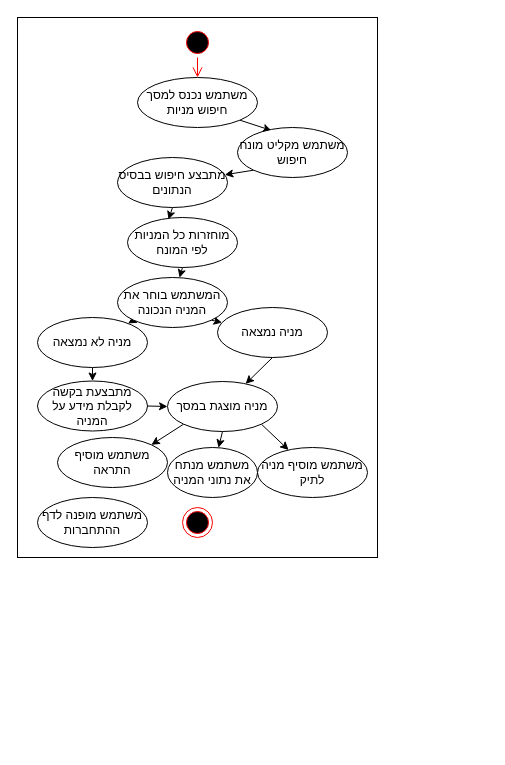
Earlier version of the draw.io diagram oop course/draws/activity/stockSearch.drawio (roei910/my-stocks). Source tidied: cells renumbered, new cells numbered last; positions are measured from the earlier drawing's top-left corner, leaving out a move shared by most shapes. Both pictures are drawn from the tidied source at 100%, with x=0, y=0 at pixel (17, 17).
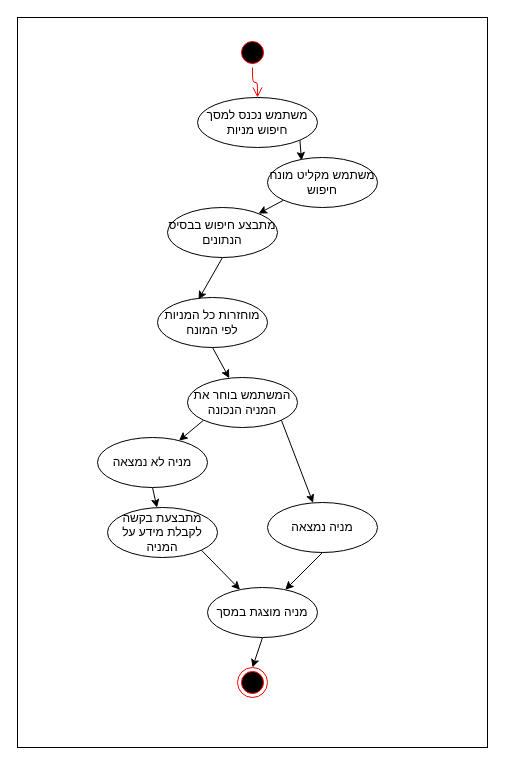
After the change.

Diff of the diagram source:
```diff
@@
     <mxCell id="2" style="html=1;dashed=0;whitespace=wrap;" parent="1" vertex="1">
-      <mxGeometry width="360" height="540" as="geometry" />
+      <mxGeometry width="470" height="730" as="geometry" />
     </mxCell>
     <mxCell id="3" style="ellipse;html=1;shape=startState;fillColor=#000000;strokeColor=#ff0000;" parent="1" vertex="1">
-      <mxGeometry x="165" y="10" width="30" height="30" as="geometry" />
+      <mxGeometry x="220" y="20" width="30" height="30" as="geometry" />
     </mxCell>
@@
     <mxCell id="5" style="ellipse;html=1;shape=endState;fillColor=#000000;strokeColor=#ff0000;" parent="1" vertex="1">
-      <mxGeometry x="165" y="490" width="30" height="30" as="geometry" />
+      <mxGeometry x="220" y="650" width="30" height="30" as="geometry" />
     </mxCell>
@@
     <mxCell id="7" value="משתמש נכנס למסך חיפוש מניות" style="ellipse;whiteSpace=wrap;html=1;" parent="1" vertex="1">
-      <mxGeometry x="120" y="60" width="120" height="50" as="geometry" />
+      <mxGeometry x="180" y="80" width="120" height="50" as="geometry" />
     </mxCell>
@@
     <mxCell id="9" value="משתמש מקליט מונח חיפוש" style="ellipse;whiteSpace=wrap;html=1;" parent="1" vertex="1">
-      <mxGeometry x="220" y="110" width="110" height="50" as="geometry" />
+      <mxGeometry x="250" y="140" width="110" height="50" as="geometry" />
     </mxCell>
@@
     <mxCell id="11" value="מתבצע חיפוש בבסיס הנתונים" style="ellipse;whiteSpace=wrap;html=1;" parent="1" vertex="1">
-      <mxGeometry x="100" y="140" width="110" height="50" as="geometry" />
+      <mxGeometry x="150" y="190" width="110" height="50" as="geometry" />
     </mxCell>
@@
     <mxCell id="13" value="מניה נמצאה" style="ellipse;whiteSpace=wrap;html=1;" parent="1" vertex="1">
-      <mxGeometry x="200" y="290" width="110" height="50" as="geometry" />
+      <mxGeometry x="250" y="485" width="110" height="50" as="geometry" />
     </mxCell>
@@
     <mxCell id="15" value="מניה לא נמצאה" style="ellipse;whiteSpace=wrap;html=1;" parent="1" vertex="1">
-      <mxGeometry x="20" y="300" width="110" height="50" as="geometry" />
+      <mxGeometry x="80" y="420" width="110" height="50" as="geometry" />
     </mxCell>
-    <mxCell id="16" style="edgeStyle=none;html=1;exitX=0;exitY=1;exitDx=0;exitDy=0;entryX=1;entryY=0;entryDx=0;entryDy=0;" parent="1" edge="1" source="19" target="27">
-      <mxGeometry relative="1" as="geometry" />
-    </mxCell>
-    <mxCell id="17" style="edgeStyle=none;html=1;exitX=1;exitY=1;exitDx=0;exitDy=0;" parent="1" edge="1" source="19" target="28">
-      <mxGeometry relative="1" as="geometry" />
-    </mxCell>
-    <mxCell id="18" style="edgeStyle=none;html=1;exitX=0.5;exitY=1;exitDx=0;exitDy=0;" parent="1" edge="1" source="19" target="30">
+    <mxCell id="18" style="edgeStyle=none;html=1;exitX=0.5;exitY=1;exitDx=0;exitDy=0;entryX=0.5;entryY=0;entryDx=0;entryDy=0;" parent="1" edge="1" source="19" target="5">
       <mxGeometry relative="1" as="geometry" />
     </mxCell>
     <mxCell id="19" value="מניה מוצגת במסך" style="ellipse;whiteSpace=wrap;html=1;" parent="1" vertex="1">
-      <mxGeometry x="150" y="364" width="110" height="50" as="geometry" />
+      <mxGeometry x="190" y="570" width="110" height="50" as="geometry" />
     </mxCell>
-    <mxCell id="20" style="edgeStyle=none;html=1;exitX=1;exitY=0.5;exitDx=0;exitDy=0;" parent="1" edge="1" source="21" target="19">
+    <mxCell id="20" style="edgeStyle=none;html=1;exitX=1;exitY=1;exitDx=0;exitDy=0;" parent="1" edge="1" source="21" target="19">
       <mxGeometry relative="1" as="geometry" />
     </mxCell>
     <mxCell id="21" value="מתבצעת בקשה לקבלת מידע על המניה" style="ellipse;whiteSpace=wrap;html=1;" parent="1" vertex="1">
-      <mxGeometry x="20" y="363.5" width="110" height="50" as="geometry" />
+      <mxGeometry x="90" y="490" width="110" height="50" as="geometry" />
     </mxCell>
@@
     <mxCell id="23" value="מוחזרות כל המניות לפי המונח" style="ellipse;whiteSpace=wrap;html=1;" parent="1" vertex="1">
-      <mxGeometry x="110" y="200" width="110" height="50" as="geometry" />
+      <mxGeometry x="140" y="280" width="110" height="50" as="geometry" />
     </mxCell>
@@
     <mxCell id="26" value="המשתמש בוחר את המניה הנכונה" style="ellipse;whiteSpace=wrap;html=1;" parent="1" vertex="1">
-      <mxGeometry x="100" y="260" width="110" height="50" as="geometry" />
+      <mxGeometry x="170" y="360" width="110" height="50" as="geometry" />
     </mxCell>
-    <mxCell id="27" value="משתמש מוסיף התראה" style="ellipse;whiteSpace=wrap;html=1;" parent="1" vertex="1">
-      <mxGeometry x="40" y="420" width="110" height="50" as="geometry" />
-    </mxCell>
-    <mxCell id="28" value="משתמש מוסיף מניה לתיק" style="ellipse;whiteSpace=wrap;html=1;" parent="1" vertex="1">
-      <mxGeometry x="240" y="430" width="110" height="50" as="geometry" />
-    </mxCell>
-    <mxCell id="29" value="משתמש מופנה לדף ההתחברות" style="ellipse;whiteSpace=wrap;html=1;" parent="1" vertex="1">
-      <mxGeometry x="20" y="480" width="110" height="50" as="geometry" />
-    </mxCell>
-    <mxCell id="30" value="משתמש מנתח את נתוני המניה" style="ellipse;whiteSpace=wrap;html=1;" parent="1" vertex="1">
-      <mxGeometry x="150" y="430" width="90" height="50" as="geometry" />
-    </mxCell>
```
